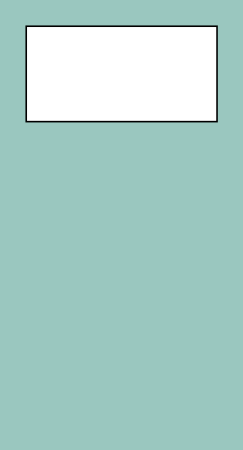
Above: Untitled Diagram.drawio in Boris535/uml (draw.io), before the change. Source tidied: cells renumbered, new cells numbered last; positions are measured from the earlier drawing's top-left corner, leaving out a move shared by most shapes. Both pictures are drawn from the tidied source at 159%, with x=0, y=0 at pixel (25, 25).
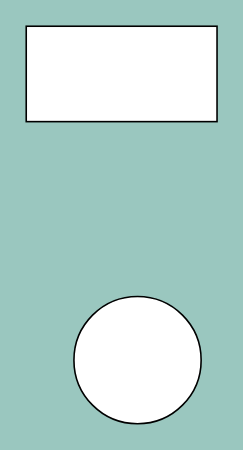
The same page after the edit.

What changed in the source:
```diff
@@
 <mxGraphModel background="#9AC7BF">
   <root>
     <mxCell id="0" />
     <mxCell id="1" parent="0" />
     <mxCell id="2" style="rounded=0;whiteSpace=wrap;html=1;" parent="1" vertex="1">
       <mxGeometry width="120" height="60" as="geometry" />
     </mxCell>
+    <mxCell id="3" style="ellipse;whiteSpace=wrap;html=1;" parent="1" vertex="1">
+      <mxGeometry x="30" y="170" width="80" height="80" as="geometry" />
+    </mxCell>
   </root>
 </mxGraphModel>
```
